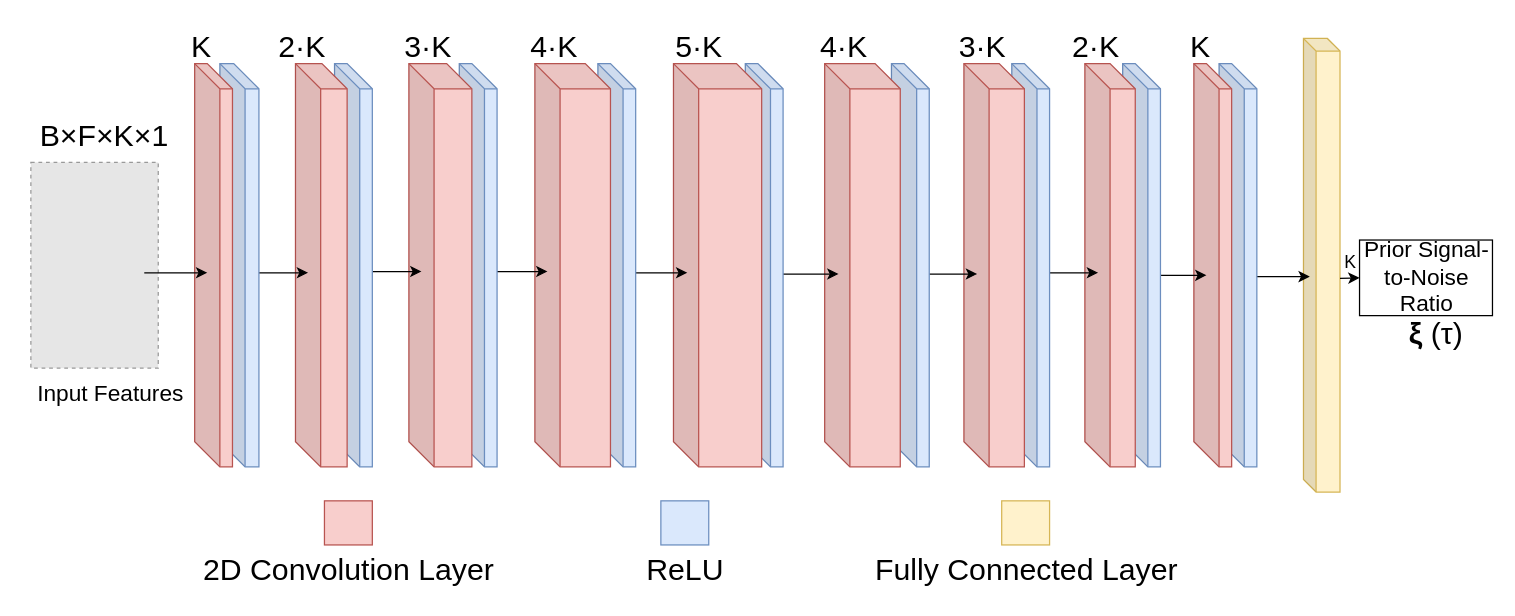
Above: page "第 1 页" (1 of 2) of model/未命名绘图.drawio in linan2/A-Convolutional-Recurrent-Neural-Network-for-Real-Time-Speech-Enhancement (draw.io), before the change. Source tidied: cells renumbered, new cells numbered last; positions are measured from the earlier drawing's top-left corner, leaving out a move shared by most shapes. Both pictures are drawn from the tidied source at 126%, with x=0, y=0 at pixel (21, 21). Pictures stored in the file or linked from it are replaced by grey dashed boxes.
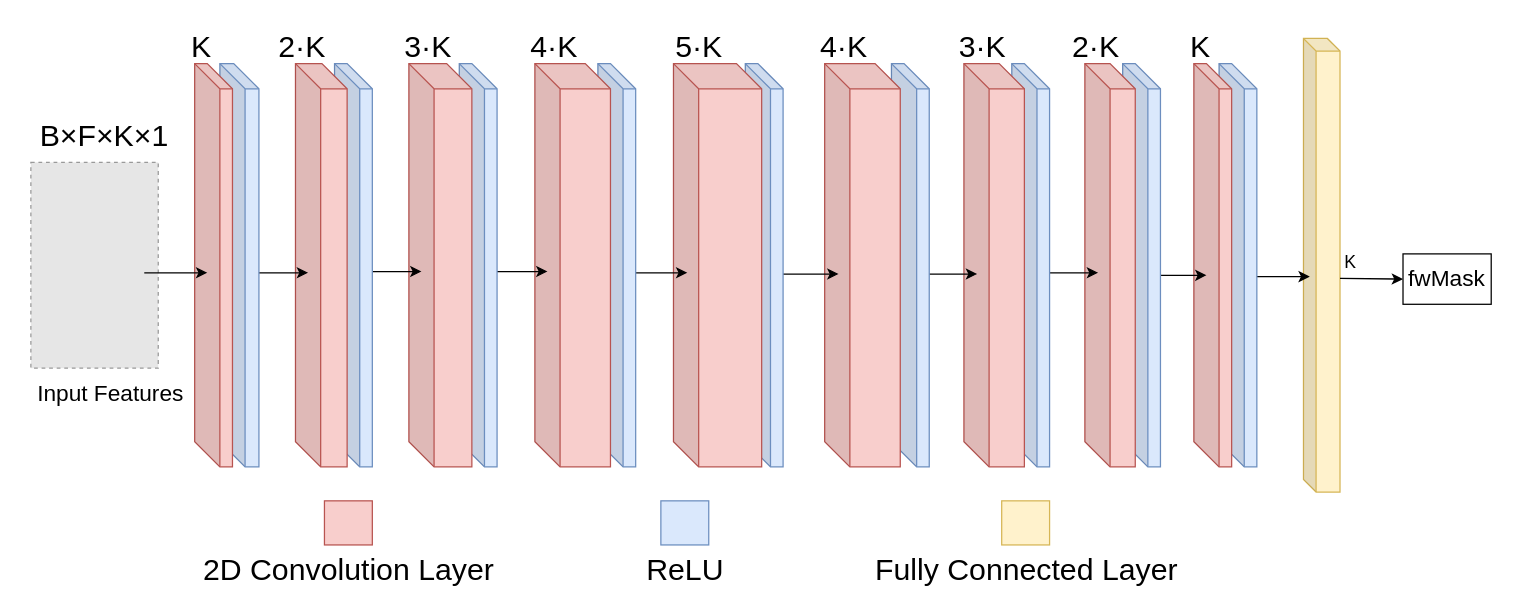
The same page after the edit.

Commit message:
更新未命名绘图.drawio

The edit, as a diff of the source:
```diff
@@
-    <mxCell id="32" value="&lt;font style=&quot;font-size: 18px;&quot;&gt;Prior Signal-to-Noise Ratio&lt;/font&gt;" style="whiteSpace=wrap;html=1;" parent="1" vertex="1">
-      <mxGeometry x="1061.5" y="173" width="105.5" height="60" as="geometry" />
+    <mxCell id="32" value="&lt;span style=&quot;font-size: 18px;&quot;&gt;fwMask&lt;/span&gt;" style="whiteSpace=wrap;html=1;" parent="1" vertex="1">
+      <mxGeometry x="1096" y="184" width="70" height="40" as="geometry" />
     </mxCell>
@@
-    <mxCell id="34" value="&lt;font style=&quot;font-size: 24px;&quot;&gt;&lt;b style=&quot;&quot;&gt;ξ&amp;nbsp;&lt;/b&gt;(τ)&lt;/font&gt;" style="text;html=1;align=center;verticalAlign=middle;strokeColor=none;fillColor=none;fontSize=14;" parent="1" vertex="1">
-      <mxGeometry x="1087" y="228" width="70" height="40" as="geometry" />
-    </mxCell>
```
